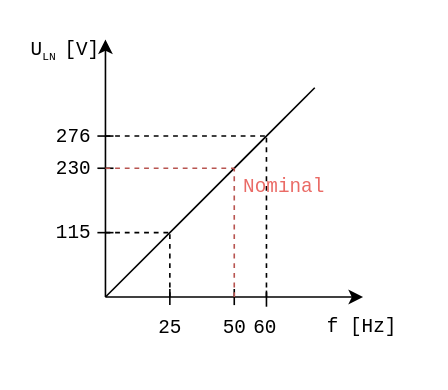
This is V_f_const.drawio from thece36/drawio, a draw.io file, before an edit. Source tidied: cells renumbered, new cells numbered last; positions are measured from the earlier drawing's top-left corner, leaving out a move shared by most shapes. Both pictures are drawn from the tidied source at 161%, with x=0, y=0 at pixel (27, 34).
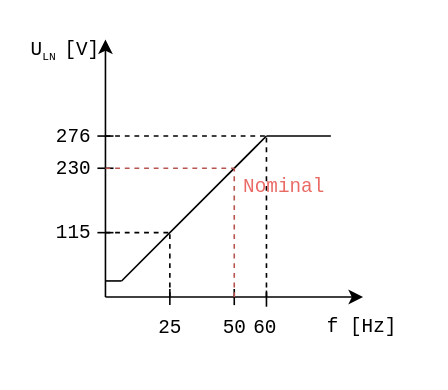
The same diagram, later.

The edit, as a diff of the source:
```diff
@@
     <mxCell id="13" style="endArrow=none;html=1;fontFamily=Courier New;fontSize=16;" parent="1" edge="1">
       <mxGeometry relative="1" as="geometry">
-        <mxPoint x="48" y="163" as="sourcePoint" />
-        <mxPoint x="178" y="33" as="targetPoint" />
+        <mxPoint x="58" y="153" as="sourcePoint" />
+        <mxPoint x="148" y="63" as="targetPoint" />
       </mxGeometry>
     </mxCell>
@@
+    <mxCell id="27" style="endArrow=none;html=1;fontFamily=Courier New;fontSize=12;" parent="1" edge="1">
+      <mxGeometry relative="1" as="geometry">
+        <mxPoint x="148" y="63" as="sourcePoint" />
+        <mxPoint x="188" y="63" as="targetPoint" />
+      </mxGeometry>
+    </mxCell>
+    <mxCell id="28" style="endArrow=none;html=1;fontFamily=Courier New;fontSize=12;" parent="1" edge="1">
+      <mxGeometry relative="1" as="geometry">
+        <mxPoint x="48" y="153" as="sourcePoint" />
+        <mxPoint x="58" y="153" as="targetPoint" />
+      </mxGeometry>
+    </mxCell>
```
